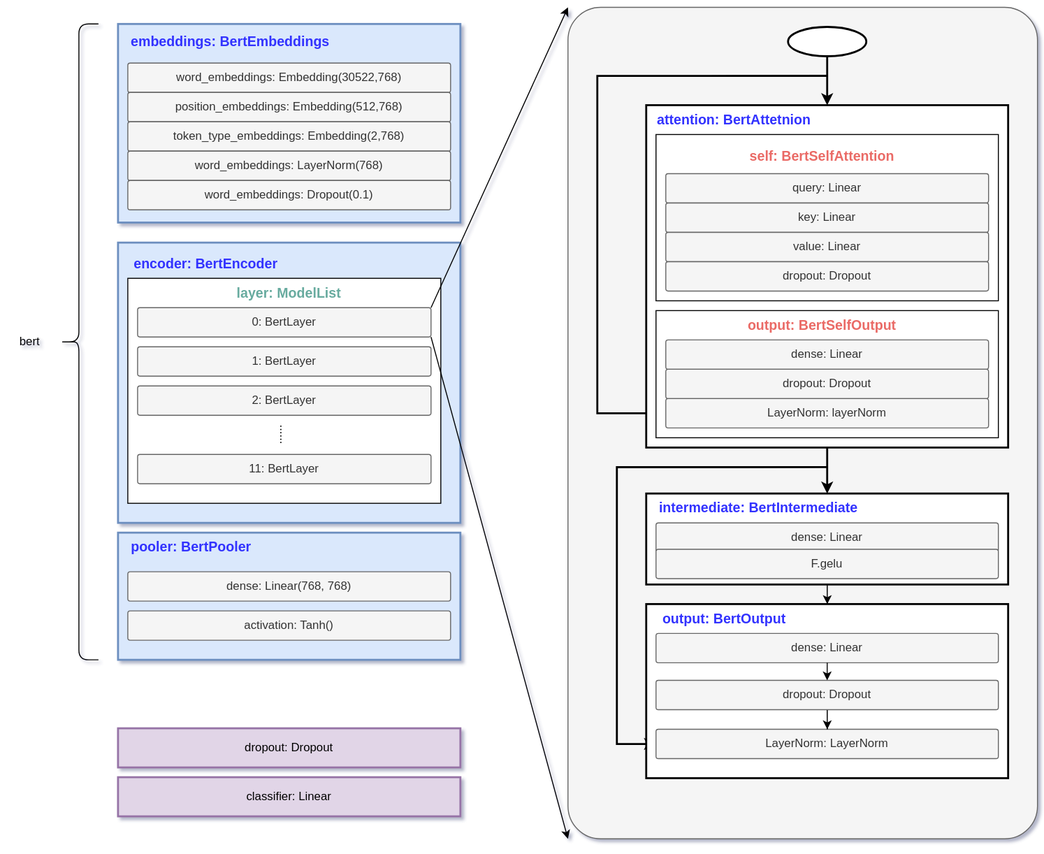
This is images/Bert.drawio.svg from awmthink/pytorch-in-action, a draw.io export, as it was before one commit. Source tidied: cells renumbered, new cells last; positions are measured from the earlier drawing's top-left corner, leaving out a move shared by most shapes.
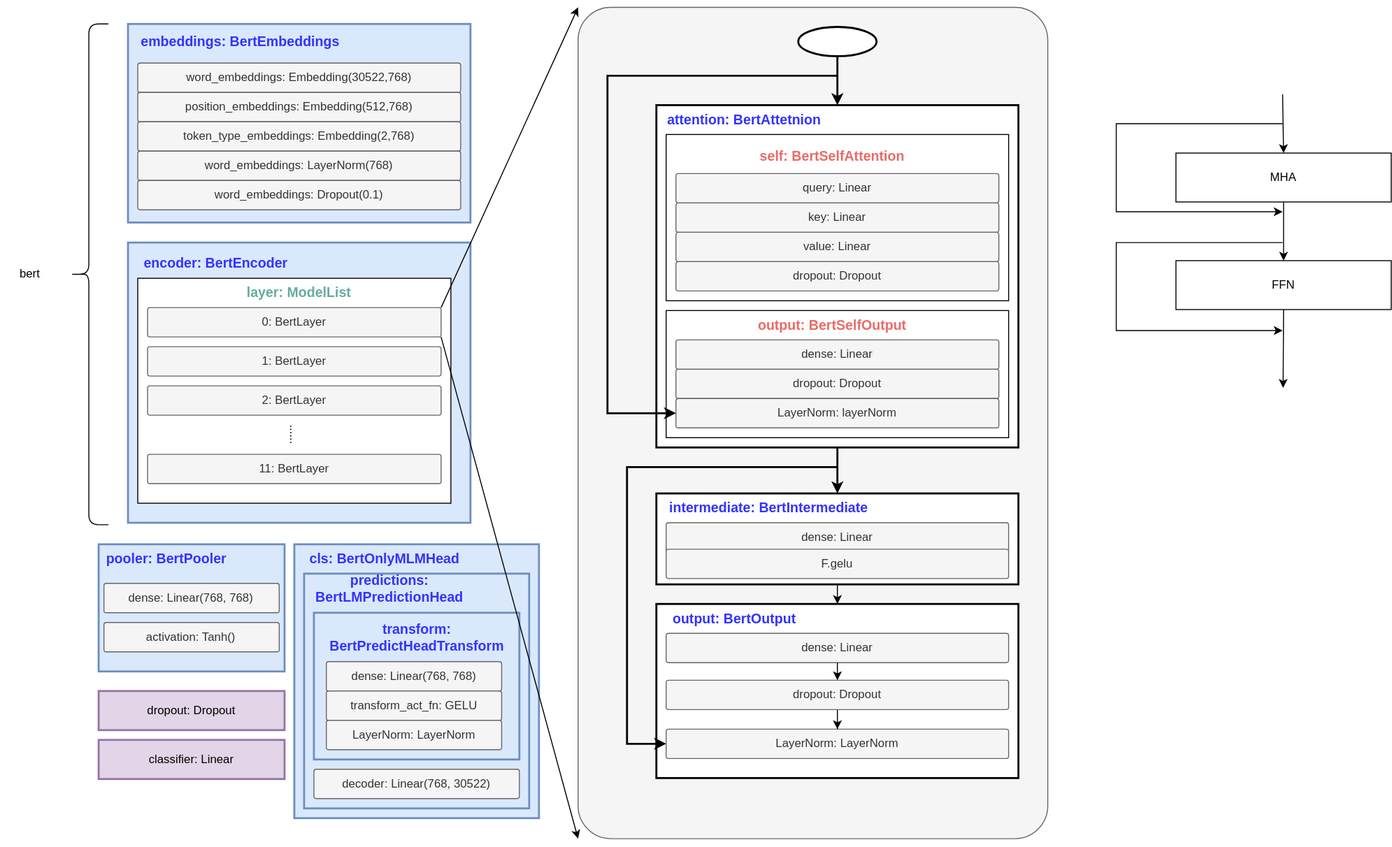
The same file after the commit.

The edit, as a diff of the source:
```diff
@@ -11,40 +11,15 @@
     <mxCell id="4" style="edgeStyle=orthogonalEdgeStyle;rounded=0;jettySize=auto;html=1;exitX=0.5;exitY=1;exitDx=0;exitDy=0;" parent="1" edge="1" source="14" target="19">
       <mxGeometry relative="1" as="geometry" />
     </mxCell>
-    <mxCell id="5" value="dropout: Dropout" style="rounded=0;whiteSpace=wrap;html=1;strokeWidth=2;fillColor=#e1d5e7;strokeColor=#9673a6;" parent="1" vertex="1">
-      <mxGeometry x="120" y="737" width="350" height="40" as="geometry" />
-    </mxCell>
-    <mxCell id="6" value="classifier: Linear" style="rounded=0;whiteSpace=wrap;html=1;strokeWidth=2;fillColor=#e1d5e7;strokeColor=#9673a6;" parent="1" vertex="1">
-      <mxGeometry x="120" y="787" width="350" height="40" as="geometry" />
-    </mxCell>
     <mxCell id="7" style="shape=curlyBracket;whiteSpace=wrap;html=1;rounded=1;labelPosition=left;verticalLabelPosition=middle;align=right;verticalAlign=middle;size=0.5;" parent="1" vertex="1">
-      <mxGeometry x="60" y="17" width="40" height="650" as="geometry" />
+      <mxGeometry x="60" y="17" width="40" height="512" as="geometry" />
     </mxCell>
     <mxCell id="8" value="bert" style="text;html=1;strokeColor=none;fillColor=none;align=center;verticalAlign=middle;whiteSpace=wrap;rounded=0;" parent="1" vertex="1">
-      <mxGeometry y="327" width="60" height="30" as="geometry" />
+      <mxGeometry x="-10" y="258" width="60" height="30" as="geometry" />
     </mxCell>
-    <mxCell id="9" style="edgeStyle=orthogonalEdgeStyle;rounded=0;jettySize=auto;html=1;entryX=0;entryY=0.5;entryDx=0;entryDy=0;strokeWidth=2;" parent="1" edge="1" target="21">
-      <mxGeometry relative="1" as="geometry">
-        <mxPoint x="845" y="470" as="sourcePoint" />
-        <Array as="points">
-          <mxPoint x="753" y="470" />
-          <mxPoint x="630" y="470" />
-          <mxPoint x="630" y="753" />
-        </Array>
-      </mxGeometry>
-    </mxCell>
     <mxCell id="10" style="edgeStyle=orthogonalEdgeStyle;rounded=0;jettySize=auto;html=1;exitX=0.5;exitY=1;exitDx=0;exitDy=0;entryX=0.5;entryY=0;entryDx=0;entryDy=0;strokeWidth=2;" parent="1" edge="1" source="12" target="27">
       <mxGeometry relative="1" as="geometry" />
     </mxCell>
-    <mxCell id="11" style="edgeStyle=orthogonalEdgeStyle;rounded=0;jettySize=auto;html=1;entryX=0;entryY=0.5;entryDx=0;entryDy=0;strokeWidth=2;" parent="1" edge="1" target="31">
-      <mxGeometry relative="1" as="geometry">
-        <mxPoint x="845" y="70" as="sourcePoint" />
-        <Array as="points">
-          <mxPoint x="610" y="70" />
-          <mxPoint x="610" y="415" />
-        </Array>
-      </mxGeometry>
-    </mxCell>
     <mxCell id="12" style="ellipse;whiteSpace=wrap;html=1;strokeWidth=2;" parent="1" vertex="1">
       <mxGeometry x="805" y="20" width="80" height="30" as="geometry" />
     </mxCell>
@@ -193,23 +168,120 @@
       <mxGeometry x="140" y="181.5" width="60" height="30" as="geometry" />
     </mxCell>
     <mxCell id="61" style="group;shadow=1;" parent="1" vertex="1">
-      <mxGeometry x="120" y="537" width="350" height="130" as="geometry" />
+      <mxGeometry x="90" y="549" width="190" height="130" as="geometry" />
     </mxCell>
     <mxCell id="62" style="rounded=0;whiteSpace=wrap;html=1;strokeWidth=2;fillColor=#dae8fc;strokeColor=#6c8ebf;" parent="61" vertex="1">
-      <mxGeometry width="350" height="130" as="geometry" />
+      <mxGeometry width="190" height="130" as="geometry" />
     </mxCell>
     <mxCell id="63" value="&lt;font color=&quot;#3333ff&quot; style=&quot;font-size: 14px;&quot;&gt;&lt;b style=&quot;&quot;&gt;pooler: BertPooler&lt;/b&gt;&lt;/font&gt;" style="text;html=1;strokeColor=none;fillColor=none;align=center;verticalAlign=middle;whiteSpace=wrap;rounded=0;" parent="61" vertex="1">
-      <mxGeometry x="10" width="130" height="30" as="geometry" />
+      <mxGeometry x="5.4" width="129.2" height="30" as="geometry" />
     </mxCell>
     <mxCell id="64" value="dense: Linear(768, 768)" style="rounded=1;whiteSpace=wrap;html=1;arcSize=8;fillColor=#f5f5f5;fontColor=#333333;strokeColor=#666666;" parent="61" vertex="1">
-      <mxGeometry x="10" y="40" width="330" height="30" as="geometry" />
+      <mxGeometry x="5.4" y="40" width="179.1" height="30" as="geometry" />
     </mxCell>
     <mxCell id="65" value="activation: Tanh()" style="rounded=1;whiteSpace=wrap;html=1;arcSize=8;fillColor=#f5f5f5;fontColor=#333333;strokeColor=#666666;" parent="61" vertex="1">
-      <mxGeometry x="10" y="80" width="330" height="30" as="geometry" />
+      <mxGeometry x="5.4" y="80" width="179.1" height="30" as="geometry" />
     </mxCell>
     <mxCell id="66" style="endArrow=classic;html=1;rounded=0;entryX=0;entryY=0;entryDx=0;entryDy=0;exitX=1;exitY=0;exitDx=0;exitDy=0;" parent="1" edge="1" source="56" target="2">
       <mxGeometry relative="1" as="geometry" />
     </mxCell>
+    <mxCell id="9" style="edgeStyle=orthogonalEdgeStyle;rounded=0;jettySize=auto;html=1;entryX=0;entryY=0.5;entryDx=0;entryDy=0;strokeWidth=2;" parent="1" edge="1" target="21">
+      <mxGeometry relative="1" as="geometry">
+        <mxPoint x="845" y="470" as="sourcePoint" />
+        <Array as="points">
+          <mxPoint x="753" y="470" />
+          <mxPoint x="630" y="470" />
+          <mxPoint x="630" y="753" />
+        </Array>
+      </mxGeometry>
+    </mxCell>
+    <mxCell id="11" style="edgeStyle=orthogonalEdgeStyle;rounded=0;jettySize=auto;html=1;entryX=0;entryY=0.5;entryDx=0;entryDy=0;strokeWidth=2;" parent="1" edge="1" target="31">
+      <mxGeometry relative="1" as="geometry">
+        <mxPoint x="845" y="70" as="sourcePoint" />
+        <Array as="points">
+          <mxPoint x="610" y="70" />
+          <mxPoint x="610" y="415" />
+        </Array>
+      </mxGeometry>
+    </mxCell>
+    <mxCell id="68" style="edgeStyle=orthogonalEdgeStyle;rounded=0;jettySize=auto;html=1;exitX=0.5;exitY=1;exitDx=0;exitDy=0;entryX=0.5;entryY=0;entryDx=0;entryDy=0;" parent="1" edge="1" source="70" target="72">
+      <mxGeometry relative="1" as="geometry" />
+    </mxCell>
+    <mxCell id="69" style="edgeStyle=orthogonalEdgeStyle;rounded=0;jettySize=auto;html=1;strokeColor=default;entryX=0.5;entryY=0;entryDx=0;entryDy=0;" parent="1" edge="1" target="70">
+      <mxGeometry relative="1" as="geometry">
+        <mxPoint x="1300" y="89" as="sourcePoint" />
+      </mxGeometry>
+    </mxCell>
+    <mxCell id="70" value="MHA" style="rounded=0;whiteSpace=wrap;html=1;" parent="1" vertex="1">
+      <mxGeometry x="1191" y="149" width="220" height="50" as="geometry" />
+    </mxCell>
+    <mxCell id="71" style="edgeStyle=orthogonalEdgeStyle;rounded=0;jettySize=auto;html=1;exitX=0.5;exitY=1;exitDx=0;exitDy=0;" parent="1" edge="1" source="72">
+      <mxGeometry relative="1" as="geometry">
+        <mxPoint x="1300.5" y="389" as="targetPoint" />
+      </mxGeometry>
+    </mxCell>
+    <mxCell id="72" value="FFN" style="rounded=0;whiteSpace=wrap;html=1;" parent="1" vertex="1">
+      <mxGeometry x="1191" y="259" width="220" height="50" as="geometry" />
+    </mxCell>
+    <mxCell id="73" style="endArrow=classic;html=1;rounded=0;" parent="1" edge="1">
+      <mxGeometry relative="1" as="geometry">
+        <mxPoint x="1300" y="119" as="sourcePoint" />
+        <mxPoint x="1300" y="209" as="targetPoint" />
+        <Array as="points">
+          <mxPoint x="1130" y="119" />
+          <mxPoint x="1130" y="209" />
+        </Array>
+      </mxGeometry>
+    </mxCell>
+    <mxCell id="74" style="endArrow=classic;html=1;rounded=0;" parent="1" edge="1">
+      <mxGeometry relative="1" as="geometry">
+        <mxPoint x="1300" y="240.5" as="sourcePoint" />
+        <mxPoint x="1300" y="330.5" as="targetPoint" />
+        <Array as="points">
+          <mxPoint x="1130" y="240.5" />
+          <mxPoint x="1130" y="330.5" />
+        </Array>
+      </mxGeometry>
+    </mxCell>
+    <mxCell id="75" style="rounded=0;whiteSpace=wrap;html=1;strokeWidth=2;fillColor=#dae8fc;strokeColor=#6c8ebf;" parent="1" vertex="1">
+      <mxGeometry x="290" y="549" width="250" height="280" as="geometry" />
+    </mxCell>
+    <mxCell id="76" value="&lt;font color=&quot;#3333ff&quot; style=&quot;font-size: 14px;&quot;&gt;&lt;b style=&quot;&quot;&gt;cls: BertOnlyMLMHead&lt;/b&gt;&lt;/font&gt;" style="text;html=1;strokeColor=none;fillColor=none;align=center;verticalAlign=middle;whiteSpace=wrap;rounded=0;" parent="1" vertex="1">
+      <mxGeometry x="295.4" y="549" width="174.6" height="30" as="geometry" />
+    </mxCell>
+    <mxCell id="77" style="rounded=0;whiteSpace=wrap;html=1;strokeWidth=2;fillColor=#dae8fc;strokeColor=#6c8ebf;" parent="1" vertex="1">
+      <mxGeometry x="300" y="579" width="230" height="240" as="geometry" />
+    </mxCell>
+    <mxCell id="78" value="&lt;font color=&quot;#3333ff&quot; style=&quot;font-size: 14px;&quot;&gt;&lt;b style=&quot;&quot;&gt;predictions: BertLMPredictionHead&lt;/b&gt;&lt;/font&gt;" style="text;html=1;strokeColor=none;fillColor=none;align=center;verticalAlign=middle;whiteSpace=wrap;rounded=0;" parent="1" vertex="1">
+      <mxGeometry x="295.4" y="579" width="184.6" height="30" as="geometry" />
+    </mxCell>
+    <mxCell id="79" style="rounded=0;whiteSpace=wrap;html=1;strokeWidth=2;fillColor=#dae8fc;strokeColor=#6c8ebf;" parent="1" vertex="1">
+      <mxGeometry x="310" y="619" width="210" height="150" as="geometry" />
+    </mxCell>
+    <mxCell id="80" value="decoder: Linear(768, 30522)" style="rounded=1;whiteSpace=wrap;html=1;arcSize=8;fillColor=#f5f5f5;fontColor=#333333;strokeColor=#666666;" parent="1" vertex="1">
+      <mxGeometry x="310" y="779" width="210" height="30" as="geometry" />
+    </mxCell>
+    <mxCell id="81" value="&lt;font color=&quot;#3333ff&quot;&gt;&lt;span style=&quot;font-size: 14px;&quot;&gt;&lt;b&gt;transform: BertPredictHeadTransform&lt;/b&gt;&lt;/span&gt;&lt;/font&gt;" style="text;html=1;strokeColor=none;fillColor=none;align=center;verticalAlign=middle;whiteSpace=wrap;rounded=0;" parent="1" vertex="1">
+      <mxGeometry x="322.7" y="629" width="184.6" height="30" as="geometry" />
+    </mxCell>
+    <mxCell id="82" value="dense: Linear(768, 768)" style="rounded=1;whiteSpace=wrap;html=1;arcSize=8;fillColor=#f5f5f5;fontColor=#333333;strokeColor=#666666;" parent="1" vertex="1">
+      <mxGeometry x="322.7" y="669" width="179.1" height="30" as="geometry" />
+    </mxCell>
+    <mxCell id="83" value="transform_act_fn: GELU" style="rounded=1;whiteSpace=wrap;html=1;arcSize=8;fillColor=#f5f5f5;fontColor=#333333;strokeColor=#666666;" parent="1" vertex="1">
+      <mxGeometry x="322.7" y="699" width="179.1" height="30" as="geometry" />
+    </mxCell>
+    <mxCell id="84" value="LayerNorm: LayerNorm" style="rounded=1;whiteSpace=wrap;html=1;arcSize=8;fillColor=#f5f5f5;fontColor=#333333;strokeColor=#666666;" parent="1" vertex="1">
+      <mxGeometry x="322.7" y="729" width="179.1" height="30" as="geometry" />
+    </mxCell>
+    <mxCell id="85" style="group;" parent="1" vertex="1">
+      <mxGeometry x="70" y="699" width="210" height="90" as="geometry" />
+    </mxCell>
+    <mxCell id="5" value="dropout: Dropout" style="rounded=0;whiteSpace=wrap;html=1;strokeWidth=2;fillColor=#e1d5e7;strokeColor=#9673a6;" parent="85" vertex="1">
+      <mxGeometry x="20" width="190" height="40" as="geometry" />
+    </mxCell>
+    <mxCell id="6" value="classifier: Linear" style="rounded=0;whiteSpace=wrap;html=1;strokeWidth=2;fillColor=#e1d5e7;strokeColor=#9673a6;" parent="85" vertex="1">
+      <mxGeometry x="20" y="50" width="190" height="40" as="geometry" />
+    </mxCell>
     <mxCell id="67" style="endArrow=classic;html=1;rounded=0;entryX=0;entryY=1;entryDx=0;entryDy=0;exitX=1;exitY=1;exitDx=0;exitDy=0;" parent="1" edge="1" source="56" target="2">
       <mxGeometry relative="1" as="geometry" />
     </mxCell>
```
